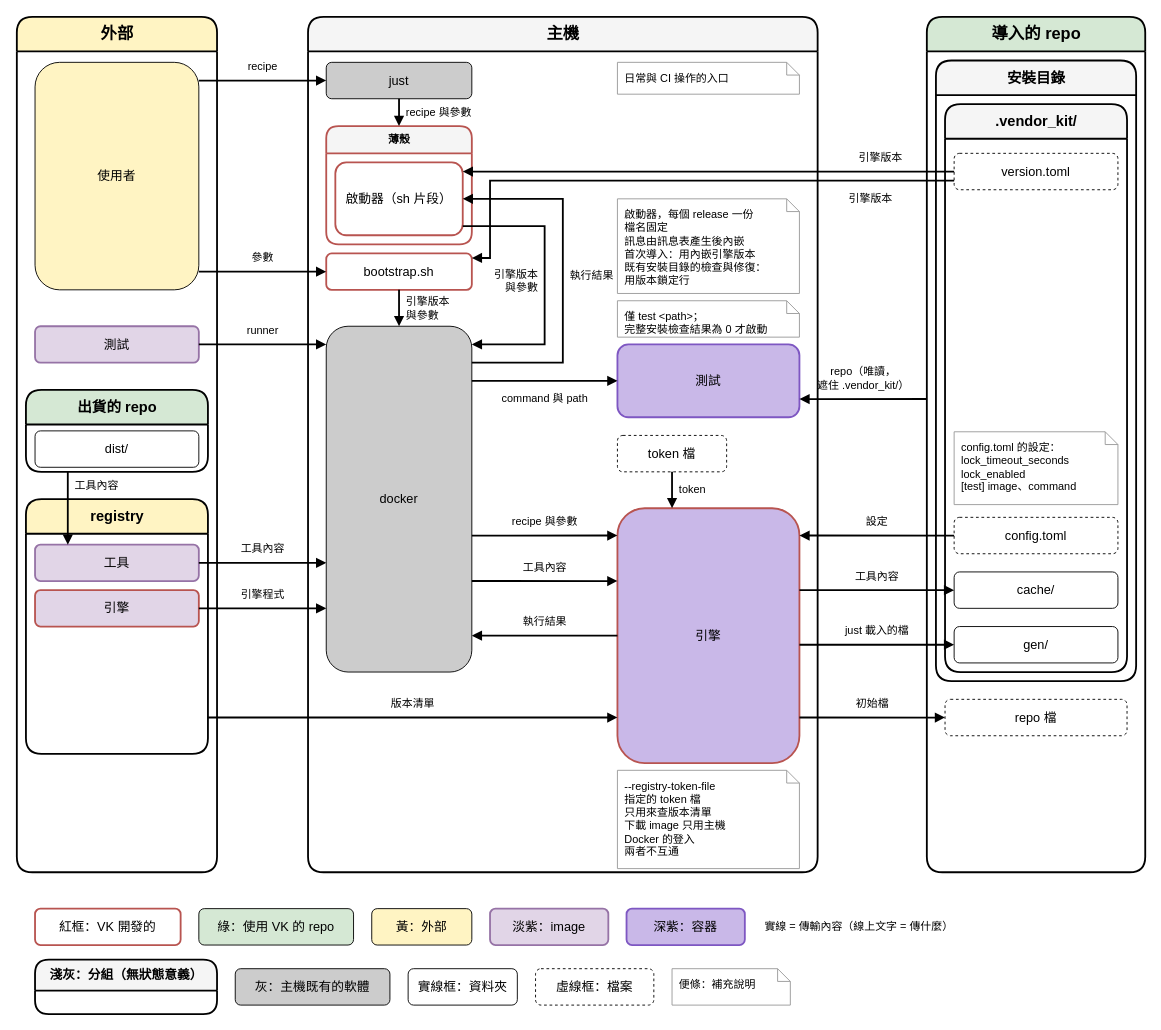
The draw.io diagram doc/diagram/architecture.drawio in ycpss91255-research/vendor_kit, before the edit. Source tidied: cells renumbered, new cells numbered last; positions are measured from the earlier drawing's top-left corner, leaving out a move shared by most shapes. Both pictures are drawn from the tidied source at 91%, with x=0, y=0 at pixel (16, 16).
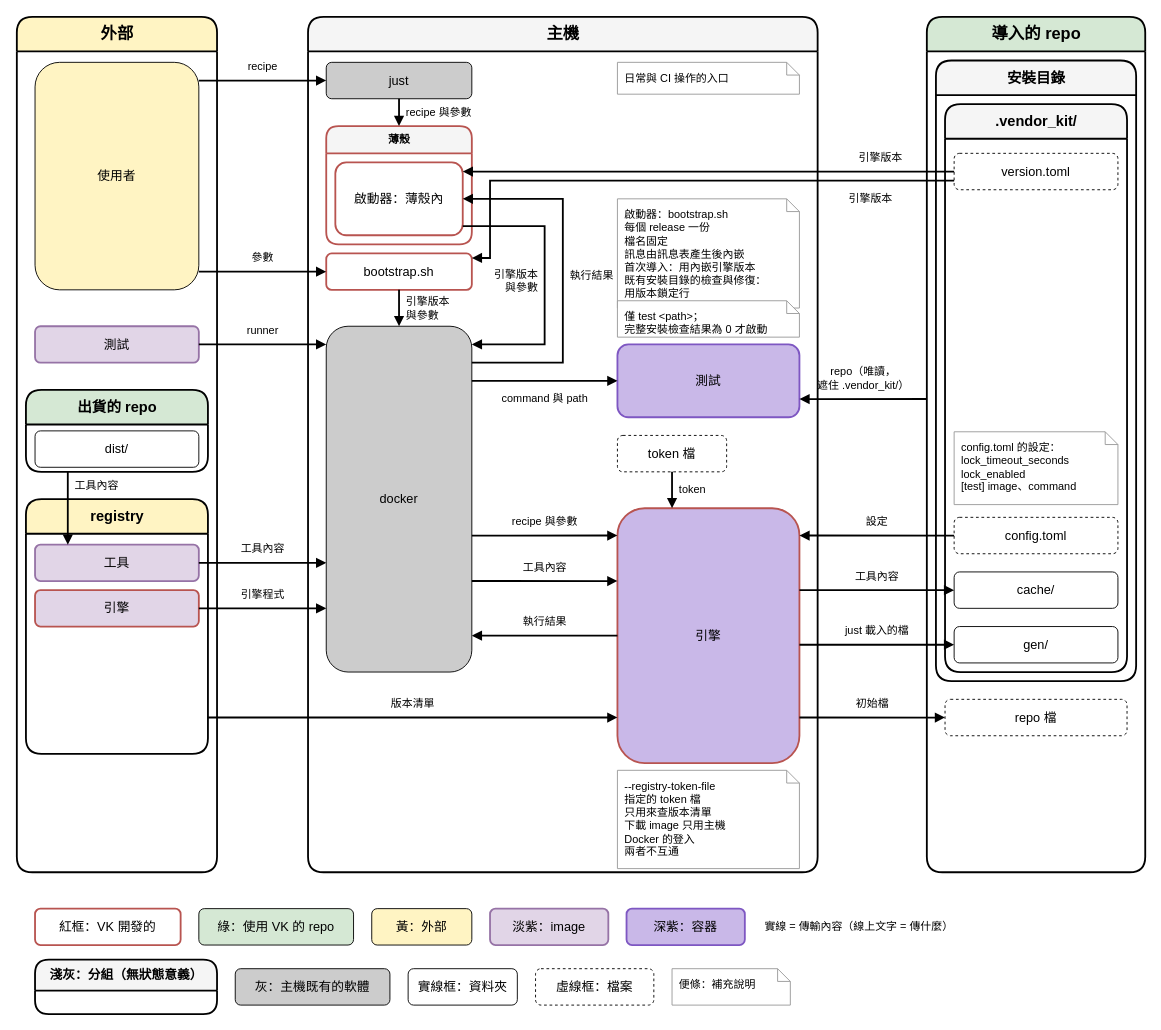
Above is the later version.

Commit message:
docs(diagram): 架構圖啟動器標示改為薄殼內與 bootstrap.sh

Refs: #354

Unchanged cells that the change refers to:
```xml
<mxCell id="9" value="主機" style="swimlane;html=1;rounded=1;startSize=38;fontStyle=1;fontSize=18;fillColor=#f5f5f5;swimlaneFillColor=#ffffff;strokeColor=#000000;strokeWidth=2;" parent="1" vertex="1">
  <mxGeometry x="320" width="560" height="940" as="geometry" />
</mxCell>
<mxCell id="11" value="薄殼" style="swimlane;html=1;rounded=1;startSize=30;fontStyle=1;fontSize=12;fillColor=#f5f5f5;swimlaneFillColor=#ffffff;strokeColor=#b85450;strokeWidth=2;" parent="9" vertex="1">
  <mxGeometry x="20" y="120" width="160" height="130" as="geometry" />
</mxCell>
```

The edit, as a diff of the source:
```diff
@@
-    <mxCell id="12" value="啟動器（sh 片段）" style="rounded=1;whiteSpace=wrap;html=1;fillColor=#ffffff;strokeColor=#b85450;fontSize=14;strokeWidth=2;" parent="11" vertex="1">
+    <mxCell id="12" value="啟動器：薄殼內" style="rounded=1;whiteSpace=wrap;html=1;fillColor=#ffffff;strokeColor=#b85450;fontSize=14;strokeWidth=2;" parent="11" vertex="1">
       <mxGeometry x="10" y="40" width="140" height="80" as="geometry" />
     </mxCell>
@@
-    <mxCell id="45" value="啟動器，每個 release 一份&lt;br&gt;檔名固定&lt;br&gt;訊息由訊息表產生後內嵌&lt;br&gt;首次導入：用內嵌引擎版本&lt;br&gt;既有安裝目錄的檢查與修復：&lt;br&gt;用版本鎖定行" style="shape=note;whiteSpace=wrap;html=1;size=14;fillColor=#ffffff;strokeColor=#999999;align=left;verticalAlign=top;spacingLeft=6;spacingTop=4;fontSize=12;" parent="9" vertex="1">
-      <mxGeometry x="340" y="200" width="200" height="104" as="geometry" />
+    <mxCell id="45" value="啟動器：bootstrap.sh&lt;br&gt;每個 release 一份&lt;br&gt;檔名固定&lt;br&gt;訊息由訊息表產生後內嵌&lt;br&gt;首次導入：用內嵌引擎版本&lt;br&gt;既有安裝目錄的檢查與修復：&lt;br&gt;用版本鎖定行" style="shape=note;whiteSpace=wrap;html=1;size=14;fillColor=#ffffff;strokeColor=#999999;align=left;verticalAlign=top;spacingLeft=6;spacingTop=4;fontSize=12;" parent="9" vertex="1">
+      <mxGeometry x="340" y="200" width="200" height="120" as="geometry" />
     </mxCell>
```
